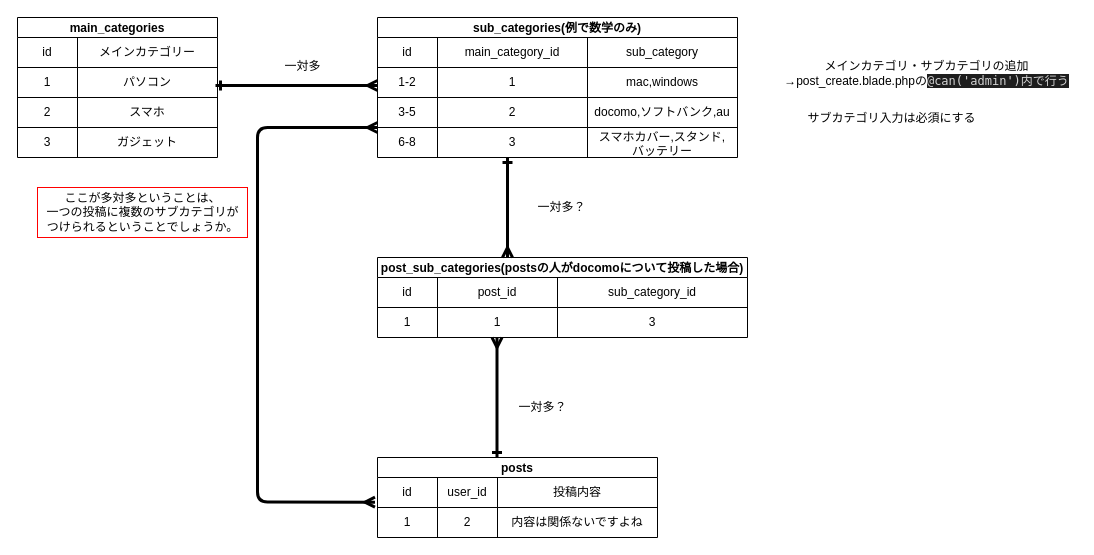
Above: compass.dio in I-Kouta/compass (draw.io), before the change. Source tidied: cells renumbered, new cells numbered last; positions are measured from the earlier drawing's top-left corner, leaving out a move shared by most shapes. Both pictures are drawn from the tidied source at 100%, with x=0, y=0 at pixel (17, 17).
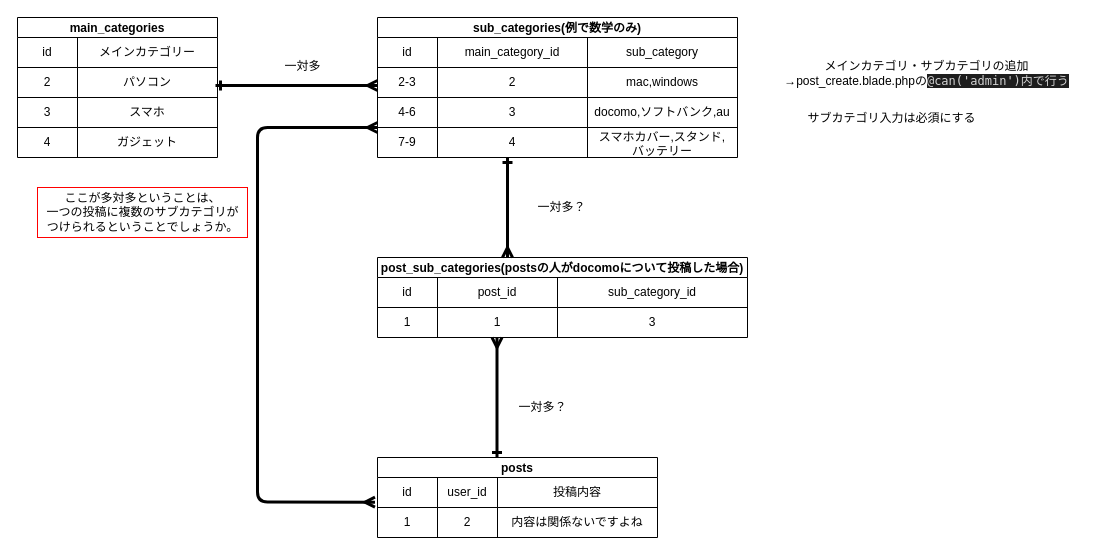
The same diagram, later.

Commit message:
サブカテゴリを追加した通りに書き換えました

The change refers to these unchanged cells:
```xml
<mxCell id="16" style="shape=partialRectangle;html=1;whiteSpace=wrap;fillColor=none;top=0;left=0;bottom=0;right=0;" parent="12" vertex="1">
  <mxGeometry y="50" width="200" height="30" as="geometry" />
</mxCell>
<mxCell id="19" style="shape=partialRectangle;html=1;whiteSpace=wrap;fillColor=none;top=0;left=0;bottom=0;right=0;" parent="12" vertex="1">
  <mxGeometry y="80" width="200" height="30" as="geometry" />
</mxCell>
<mxCell id="22" style="shape=partialRectangle;html=1;whiteSpace=wrap;fillColor=none;top=0;left=0;bottom=0;right=0;" parent="12" vertex="1">
  <mxGeometry y="110" width="200" height="30" as="geometry" />
</mxCell>
<mxCell id="30" style="shape=partialRectangle;html=1;whiteSpace=wrap;fillColor=none;top=0;left=0;bottom=0;right=0;" parent="25" vertex="1">
  <mxGeometry y="50" width="360" height="30" as="geometry" />
</mxCell>
<mxCell id="34" style="shape=partialRectangle;html=1;whiteSpace=wrap;fillColor=none;top=0;left=0;bottom=0;right=0;" parent="25" vertex="1">
  <mxGeometry y="80" width="360" height="30" as="geometry" />
</mxCell>
<mxCell id="38" style="shape=partialRectangle;html=1;whiteSpace=wrap;fillColor=none;top=0;left=0;bottom=0;right=0;" parent="25" vertex="1">
  <mxGeometry y="110" width="360" height="30" as="geometry" />
</mxCell>
```

Diff of the diagram source:
```diff
@@
-    <mxCell id="17" value="1" style="shape=partialRectangle;html=1;whiteSpace=wrap;fillColor=none;top=0;left=0;bottom=0;right=0;overflow=hidden;" parent="16" vertex="1">
+    <mxCell id="17" value="2" style="shape=partialRectangle;html=1;whiteSpace=wrap;fillColor=none;top=0;left=0;bottom=0;right=0;overflow=hidden;" parent="16" vertex="1">
       <mxGeometry width="60" height="30" as="geometry" />
     </mxCell>
@@
-    <mxCell id="20" value="2" style="shape=partialRectangle;html=1;whiteSpace=wrap;fillColor=none;top=0;left=0;bottom=0;right=0;overflow=hidden;" parent="19" vertex="1">
+    <mxCell id="20" value="3" style="shape=partialRectangle;html=1;whiteSpace=wrap;fillColor=none;top=0;left=0;bottom=0;right=0;overflow=hidden;" parent="19" vertex="1">
       <mxGeometry width="60" height="30" as="geometry" />
     </mxCell>
@@
-    <mxCell id="23" value="3" style="shape=partialRectangle;html=1;whiteSpace=wrap;fillColor=none;top=0;left=0;bottom=0;right=0;overflow=hidden;" parent="22" vertex="1">
+    <mxCell id="23" value="4" style="shape=partialRectangle;html=1;whiteSpace=wrap;fillColor=none;top=0;left=0;bottom=0;right=0;overflow=hidden;" parent="22" vertex="1">
       <mxGeometry width="60" height="30" as="geometry" />
     </mxCell>
@@
-    <mxCell id="31" value="1-2" style="shape=partialRectangle;html=1;whiteSpace=wrap;fillColor=none;top=0;left=0;bottom=0;right=0;overflow=hidden;" parent="30" vertex="1">
+    <mxCell id="31" value="2-3" style="shape=partialRectangle;html=1;whiteSpace=wrap;fillColor=none;top=0;left=0;bottom=0;right=0;overflow=hidden;" parent="30" vertex="1">
       <mxGeometry width="60" height="30" as="geometry" />
     </mxCell>
-    <mxCell id="32" value="1" style="shape=partialRectangle;html=1;whiteSpace=wrap;fillColor=none;top=0;left=0;bottom=0;right=0;overflow=hidden;" parent="30" vertex="1">
+    <mxCell id="32" value="2" style="shape=partialRectangle;html=1;whiteSpace=wrap;fillColor=none;top=0;left=0;bottom=0;right=0;overflow=hidden;" parent="30" vertex="1">
       <mxGeometry x="60" width="150" height="30" as="geometry" />
     </mxCell>
@@
-    <mxCell id="35" value="3-5" style="shape=partialRectangle;html=1;whiteSpace=wrap;fillColor=none;top=0;left=0;bottom=0;right=0;overflow=hidden;" parent="34" vertex="1">
+    <mxCell id="35" value="4-6" style="shape=partialRectangle;html=1;whiteSpace=wrap;fillColor=none;top=0;left=0;bottom=0;right=0;overflow=hidden;" parent="34" vertex="1">
       <mxGeometry width="60" height="30" as="geometry" />
     </mxCell>
-    <mxCell id="36" value="2" style="shape=partialRectangle;html=1;whiteSpace=wrap;fillColor=none;top=0;left=0;bottom=0;right=0;overflow=hidden;" parent="34" vertex="1">
+    <mxCell id="36" value="3" style="shape=partialRectangle;html=1;whiteSpace=wrap;fillColor=none;top=0;left=0;bottom=0;right=0;overflow=hidden;" parent="34" vertex="1">
       <mxGeometry x="60" width="150" height="30" as="geometry" />
     </mxCell>
@@
-    <mxCell id="39" value="6-8" style="shape=partialRectangle;html=1;whiteSpace=wrap;fillColor=none;top=0;left=0;bottom=0;right=0;overflow=hidden;" parent="38" vertex="1">
+    <mxCell id="39" value="7-9" style="shape=partialRectangle;html=1;whiteSpace=wrap;fillColor=none;top=0;left=0;bottom=0;right=0;overflow=hidden;" parent="38" vertex="1">
       <mxGeometry width="60" height="30" as="geometry" />
     </mxCell>
-    <mxCell id="40" value="3" style="shape=partialRectangle;html=1;whiteSpace=wrap;fillColor=none;top=0;left=0;bottom=0;right=0;overflow=hidden;" parent="38" vertex="1">
+    <mxCell id="40" value="4" style="shape=partialRectangle;html=1;whiteSpace=wrap;fillColor=none;top=0;left=0;bottom=0;right=0;overflow=hidden;" parent="38" vertex="1">
       <mxGeometry x="60" width="150" height="30" as="geometry" />
     </mxCell>
```
